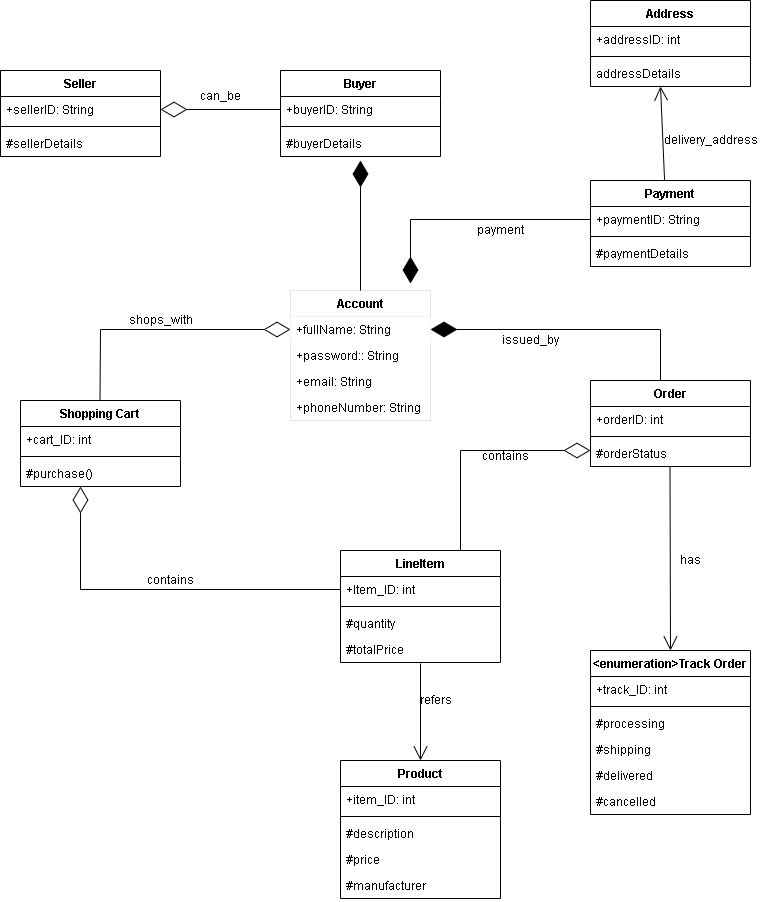
tiisetsohub/GiveALittle keeps this draw.io diagram as givealittle/UML diagramls/Logical View/classDiagram.png. Above is the earlier version. Source tidied: cells renumbered, new cells last; positions are measured from the earlier drawing's top-left corner, leaving out a move shared by most shapes.
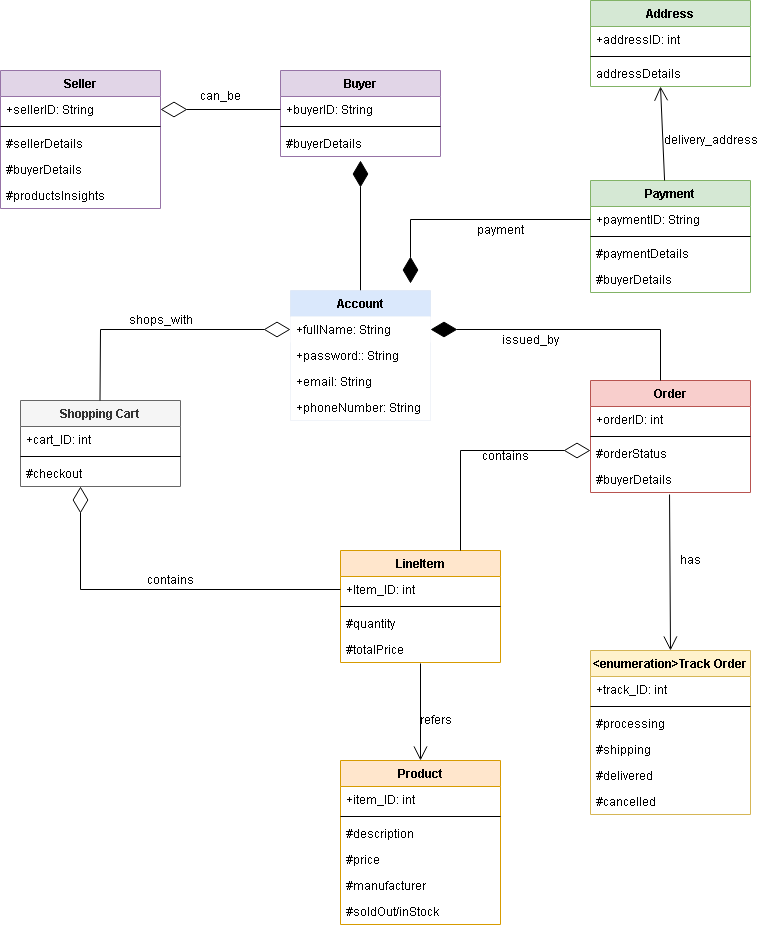
After the commit.

Diff of the diagram source:
```diff
@@ -2,7 +2,7 @@
   <root>
     <mxCell id="0" />
     <mxCell id="1" parent="0" />
-    <mxCell id="2" value="Buyer" style="swimlane;fontStyle=1;align=center;verticalAlign=top;horizontal=1;startSize=26;" parent="1" vertex="1">
+    <mxCell id="2" value="Buyer" style="swimlane;fontStyle=1;align=center;verticalAlign=top;horizontal=1;startSize=26;fillColor=#e1d5e7;strokeColor=#9673a6;" parent="1" vertex="1">
       <mxGeometry x="280" y="70" width="160" height="86" as="geometry" />
     </mxCell>
     <mxCell id="3" value="+buyerID: String" style="text;strokeColor=none;fillColor=none;align=left;verticalAlign=top;spacingLeft=4;spacingRight=4;overflow=hidden;points=[[0,0.5],[1,0.5]];portConstraint=eastwest;" parent="2" vertex="1">
@@ -14,8 +14,8 @@
     <mxCell id="5" value="#buyerDetails" style="text;strokeColor=none;fillColor=none;align=left;verticalAlign=top;spacingLeft=4;spacingRight=4;overflow=hidden;" parent="2" vertex="1">
       <mxGeometry y="60" width="160" height="26" as="geometry" />
     </mxCell>
-    <mxCell id="6" value="Payment" style="swimlane;fontStyle=1;align=center;verticalAlign=top;horizontal=1;startSize=26;" parent="1" vertex="1">
-      <mxGeometry x="590" y="180" width="160" height="86" as="geometry" />
+    <mxCell id="6" value="Payment" style="swimlane;fontStyle=1;align=center;verticalAlign=top;horizontal=1;startSize=26;fillColor=#d5e8d4;strokeColor=#82b366;" parent="1" vertex="1">
+      <mxGeometry x="590" y="180" width="160" height="112" as="geometry" />
     </mxCell>
     <mxCell id="7" value="+paymentID: String" style="text;strokeColor=none;fillColor=none;align=left;verticalAlign=top;spacingLeft=4;spacingRight=4;overflow=hidden;points=[[0,0.5],[1,0.5]];portConstraint=eastwest;" parent="6" vertex="1">
       <mxGeometry y="26" width="160" height="26" as="geometry" />
@@ -26,8 +26,11 @@
     <mxCell id="9" value="#paymentDetails" style="text;strokeColor=none;fillColor=none;align=left;verticalAlign=top;spacingLeft=4;spacingRight=4;overflow=hidden;" parent="6" vertex="1">
       <mxGeometry y="60" width="160" height="26" as="geometry" />
     </mxCell>
+    <mxCell id="68" value="#buyerDetails" style="text;strokeColor=none;fillColor=none;align=left;verticalAlign=top;spacingLeft=4;spacingRight=4;overflow=hidden;" parent="6" vertex="1">
+      <mxGeometry y="86" width="160" height="26" as="geometry" />
+    </mxCell>
-    <mxCell id="10" value="Order" style="swimlane;fontStyle=1;align=center;verticalAlign=top;horizontal=1;startSize=26;" parent="1" vertex="1">
-      <mxGeometry x="590" y="380" width="160" height="86" as="geometry" />
+    <mxCell id="10" value="Order" style="swimlane;fontStyle=1;align=center;verticalAlign=top;horizontal=1;startSize=26;fillColor=#f8cecc;strokeColor=#b85450;" parent="1" vertex="1">
+      <mxGeometry x="590" y="380" width="160" height="112" as="geometry" />
     </mxCell>
     <mxCell id="11" value="+orderID: int" style="text;strokeColor=none;fillColor=none;align=left;verticalAlign=top;spacingLeft=4;spacingRight=4;overflow=hidden;" parent="10" vertex="1">
       <mxGeometry y="26" width="160" height="26" as="geometry" />
@@ -38,7 +41,10 @@
     <mxCell id="13" value="#orderStatus" style="text;strokeColor=none;fillColor=none;align=left;verticalAlign=top;spacingLeft=4;spacingRight=4;overflow=hidden;" parent="10" vertex="1">
       <mxGeometry y="60" width="160" height="26" as="geometry" />
     </mxCell>
+    <mxCell id="69" value="#buyerDetails" style="text;strokeColor=none;fillColor=none;align=left;verticalAlign=top;spacingLeft=4;spacingRight=4;overflow=hidden;points=[[0,0.5],[1,0.5]];portConstraint=eastwest;" parent="10" vertex="1">
+      <mxGeometry y="86" width="160" height="26" as="geometry" />
+    </mxCell>
-    <mxCell id="14" value="LineItem" style="swimlane;fontStyle=1;align=center;verticalAlign=top;horizontal=1;startSize=26;" parent="1" vertex="1">
+    <mxCell id="14" value="LineItem" style="swimlane;fontStyle=1;align=center;verticalAlign=top;horizontal=1;startSize=26;fillColor=#ffe6cc;strokeColor=#d79b00;" parent="1" vertex="1">
       <mxGeometry x="340" y="550" width="160" height="112" as="geometry" />
     </mxCell>
     <mxCell id="15" value="+Item_ID: int" style="text;strokeColor=none;fillColor=none;align=left;verticalAlign=top;spacingLeft=4;spacingRight=4;overflow=hidden;points=[[0,0.5],[1,0.5]];portConstraint=eastwest;" parent="14" vertex="1">
@@ -53,7 +59,7 @@
     <mxCell id="18" value="#totalPrice" style="text;strokeColor=none;fillColor=none;align=left;verticalAlign=top;spacingLeft=4;spacingRight=4;overflow=hidden;points=[[0,0.5],[1,0.5]];portConstraint=eastwest;" parent="14" vertex="1">
       <mxGeometry y="86" width="160" height="26" as="geometry" />
     </mxCell>
-    <mxCell id="19" value="Shopping Cart" style="swimlane;fontStyle=1;align=center;verticalAlign=top;horizontal=1;startSize=26;" parent="1" vertex="1">
+    <mxCell id="19" value="Shopping Cart" style="swimlane;fontStyle=1;align=center;verticalAlign=top;horizontal=1;startSize=26;fillColor=#f5f5f5;fontColor=#333333;strokeColor=#666666;" parent="1" vertex="1">
       <mxGeometry x="20" y="400" width="160" height="86" as="geometry" />
     </mxCell>
     <mxCell id="20" value="+cart_ID: int" style="text;strokeColor=none;fillColor=none;align=left;verticalAlign=top;spacingLeft=4;spacingRight=4;overflow=hidden;" parent="19" vertex="1">
@@ -62,11 +68,11 @@
     <mxCell id="21" style="line;strokeWidth=1;fillColor=none;align=left;verticalAlign=middle;spacingTop=-1;spacingLeft=3;spacingRight=3;labelPosition=right;" parent="19" vertex="1">
       <mxGeometry y="52" width="160" height="8" as="geometry" />
     </mxCell>
-    <mxCell id="22" value="#purchase()" style="text;strokeColor=none;fillColor=none;align=left;verticalAlign=top;spacingLeft=4;spacingRight=4;overflow=hidden;points=[[0,0.5],[1,0.5]];portConstraint=eastwest;" parent="19" vertex="1">
+    <mxCell id="22" value="#checkout" style="text;strokeColor=none;fillColor=none;align=left;verticalAlign=top;spacingLeft=4;spacingRight=4;overflow=hidden;points=[[0,0.5],[1,0.5]];portConstraint=eastwest;" parent="19" vertex="1">
       <mxGeometry y="60" width="160" height="26" as="geometry" />
     </mxCell>
-    <mxCell id="23" value="Product" style="swimlane;fontStyle=1;align=center;verticalAlign=top;horizontal=1;startSize=26;" parent="1" vertex="1">
-      <mxGeometry x="340" y="760" width="160" height="138" as="geometry" />
+    <mxCell id="23" value="Product" style="swimlane;fontStyle=1;align=center;verticalAlign=top;horizontal=1;startSize=26;fillColor=#ffe6cc;strokeColor=#d79b00;" parent="1" vertex="1">
+      <mxGeometry x="340" y="760" width="160" height="164" as="geometry" />
     </mxCell>
     <mxCell id="24" value="+item_ID: int" style="text;strokeColor=none;fillColor=none;align=left;verticalAlign=top;spacingLeft=4;spacingRight=4;overflow=hidden;" parent="23" vertex="1">
       <mxGeometry y="26" width="160" height="26" as="geometry" />
@@ -83,7 +89,10 @@
     <mxCell id="28" value="#manufacturer" style="text;strokeColor=none;fillColor=none;align=left;verticalAlign=top;spacingLeft=4;spacingRight=4;overflow=hidden;" parent="23" vertex="1">
       <mxGeometry y="112" width="160" height="26" as="geometry" />
     </mxCell>
+    <mxCell id="70" value="#soldOut/inStock" style="text;strokeColor=none;fillColor=none;align=left;verticalAlign=top;spacingLeft=4;spacingRight=4;overflow=hidden;" parent="23" vertex="1">
+      <mxGeometry y="138" width="160" height="26" as="geometry" />
+    </mxCell>
-    <mxCell id="29" value="&lt;enumeration&gt;Track Order" style="swimlane;fontStyle=1;align=center;verticalAlign=top;horizontal=1;startSize=26;" parent="1" vertex="1">
+    <mxCell id="29" value="&lt;enumeration&gt;Track Order" style="swimlane;fontStyle=1;align=center;verticalAlign=top;horizontal=1;startSize=26;fillColor=#fff2cc;strokeColor=#d6b656;" parent="1" vertex="1">
       <mxGeometry x="590" y="650" width="160" height="164" as="geometry" />
     </mxCell>
     <mxCell id="30" value="+track_ID: int" style="text;strokeColor=none;fillColor=none;align=left;verticalAlign=top;spacingLeft=4;spacingRight=4;overflow=hidden;" parent="29" vertex="1">
@@ -104,8 +113,8 @@
     <mxCell id="35" value="#cancelled" style="text;strokeColor=none;fillColor=none;align=left;verticalAlign=top;spacingLeft=4;spacingRight=4;overflow=hidden;" parent="29" vertex="1">
       <mxGeometry y="138" width="160" height="26" as="geometry" />
     </mxCell>
-    <mxCell id="36" value="Seller" style="swimlane;fontStyle=1;align=center;verticalAlign=top;horizontal=1;startSize=26;" parent="1" vertex="1">
-      <mxGeometry y="70" width="160" height="86" as="geometry" />
+    <mxCell id="36" value="Seller" style="swimlane;fontStyle=1;align=center;verticalAlign=top;horizontal=1;startSize=26;fillColor=#e1d5e7;strokeColor=#9673a6;" parent="1" vertex="1">
+      <mxGeometry y="70" width="160" height="138" as="geometry" />
     </mxCell>
     <mxCell id="37" value="+sellerID: String" style="text;strokeColor=none;fillColor=none;align=left;verticalAlign=top;spacingLeft=4;spacingRight=4;overflow=hidden;points=[[0,0.5],[1,0.5]];portConstraint=eastwest;" parent="36" vertex="1">
       <mxGeometry y="26" width="160" height="26" as="geometry" />
@@ -116,6 +125,12 @@
     <mxCell id="39" value="#sellerDetails" style="text;strokeColor=none;fillColor=none;align=left;verticalAlign=top;spacingLeft=4;spacingRight=4;overflow=hidden;" parent="36" vertex="1">
       <mxGeometry y="60" width="160" height="26" as="geometry" />
     </mxCell>
+    <mxCell id="71" value="#buyerDetails" style="text;strokeColor=none;fillColor=none;align=left;verticalAlign=top;spacingLeft=4;spacingRight=4;overflow=hidden;" parent="36" vertex="1">
+      <mxGeometry y="86" width="160" height="26" as="geometry" />
+    </mxCell>
+    <mxCell id="72" value="#productsInsights" style="text;strokeColor=none;fillColor=none;align=left;verticalAlign=top;spacingLeft=4;spacingRight=4;overflow=hidden;" parent="36" vertex="1">
+      <mxGeometry y="112" width="160" height="26" as="geometry" />
+    </mxCell>
     <mxCell id="40" style="endArrow=diamondThin;endFill=1;endSize=24;html=1;rounded=0;exitX=0.5;exitY=0;exitDx=0;exitDy=0;" parent="1" edge="1">
       <mxGeometry relative="1" as="geometry">
         <mxPoint x="360" y="290" as="sourcePoint" />
@@ -149,7 +164,7 @@
         </Array>
       </mxGeometry>
     </mxCell>
-    <mxCell id="45" value="Account" style="swimlane;fontStyle=1;horizontal=1;startSize=26;fillColor=none;fontColor=default;strokeWidth=0;" parent="1" vertex="1">
+    <mxCell id="45" value="Account" style="swimlane;fontStyle=1;horizontal=1;startSize=26;fillColor=#dae8fc;strokeWidth=0;strokeColor=#6c8ebf;" parent="1" vertex="1">
       <mxGeometry x="290" y="290" width="140" height="130" as="geometry" />
     </mxCell>
     <mxCell id="46" value="+fullName: String" style="text;strokeColor=none;fillColor=default;align=left;verticalAlign=top;spacingLeft=4;spacingRight=4;overflow=hidden;points=[[0,0.5],[1,0.5]];portConstraint=eastwest;fontColor=default;glass=0;" parent="45" vertex="1">
@@ -183,10 +198,8 @@
     <mxCell id="52" style="endArrow=open;endFill=1;endSize=12;html=1;rounded=0;entryX=0.5;entryY=0;entryDx=0;entryDy=0;exitX=0.5;exitY=1.038;exitDx=0;exitDy=0;exitPerimeter=0;" parent="1" edge="1" source="18" target="23">
       <mxGeometry relative="1" as="geometry" />
     </mxCell>
-    <mxCell id="53" style="endArrow=open;endFill=1;endSize=12;html=1;rounded=0;entryX=0.5;entryY=0;entryDx=0;entryDy=0;exitX=0.5;exitY=1.154;exitDx=0;exitDy=0;exitPerimeter=0;" parent="1" edge="1" target="29">
-      <mxGeometry relative="1" as="geometry">
-        <mxPoint x="669.5" y="466" as="sourcePoint" />
-      </mxGeometry>
+    <mxCell id="53" style="endArrow=open;endFill=1;endSize=12;html=1;rounded=0;entryX=0.5;entryY=0;entryDx=0;entryDy=0;exitX=0.494;exitY=1.077;exitDx=0;exitDy=0;exitPerimeter=0;" parent="1" edge="1" source="69" target="29">
+      <mxGeometry relative="1" as="geometry" />
     </mxCell>
     <mxCell id="54" value="contains" style="text;html=1;align=center;verticalAlign=middle;fillColor=none;strokeColor=none;rounded=0;" parent="1" vertex="1">
       <mxGeometry x="140" y="570" width="60" height="20" as="geometry" />
@@ -195,7 +208,7 @@
       <mxGeometry x="475" y="446" width="60" height="20" as="geometry" />
     </mxCell>
     <mxCell id="56" value="refers" style="text;html=1;align=center;verticalAlign=middle;fillColor=none;strokeColor=none;rounded=0;" parent="1" vertex="1">
-      <mxGeometry x="410" y="690" width="50" height="20" as="geometry" />
+      <mxGeometry x="410" y="710" width="50" height="20" as="geometry" />
     </mxCell>
     <mxCell id="57" value="has" style="text;html=1;align=center;verticalAlign=middle;fillColor=none;strokeColor=none;rounded=0;" parent="1" vertex="1">
       <mxGeometry x="670" y="550" width="40" height="20" as="geometry" />
@@ -203,7 +216,7 @@
     <mxCell id="58" value="shops_with" style="text;html=1;align=center;verticalAlign=middle;fillColor=none;strokeColor=none;rounded=0;" parent="1" vertex="1">
       <mxGeometry x="120" y="310" width="80" height="20" as="geometry" />
     </mxCell>
-    <mxCell id="59" value="Address" style="swimlane;fontStyle=1;align=center;verticalAlign=top;horizontal=1;startSize=26;" parent="1" vertex="1">
+    <mxCell id="59" value="Address" style="swimlane;fontStyle=1;align=center;verticalAlign=top;horizontal=1;startSize=26;fillColor=#d5e8d4;strokeColor=#82b366;" parent="1" vertex="1">
       <mxGeometry x="590" width="160" height="86" as="geometry" />
     </mxCell>
     <mxCell id="60" value="+addressID: int" style="text;strokeColor=none;fillColor=none;align=left;verticalAlign=top;spacingLeft=4;spacingRight=4;overflow=hidden;" parent="59" vertex="1">
```
